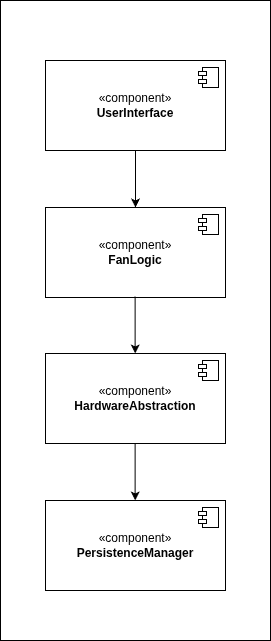
Before: ressources/Architektur_1.png, a diagram exported from draw.io (frogg0o0/repo-emilia-tomys-e82b-se). Source tidied: cells renumbered, new cells last; positions are measured from the earlier drawing's top-left corner, leaving out a move shared by most shapes. Its diagram source:
```xml
<mxGraphModel>
  <root>
    <mxCell id="0" />
    <mxCell id="1" parent="0" />
    <mxCell id="2" style="rounded=0;whiteSpace=wrap;html=1;fillColor=light-dark(#FFFFFF,#000000);" parent="1" vertex="1">
      <mxGeometry width="270" height="640" as="geometry" />
    </mxCell>
    <mxCell id="3" value="«component»&lt;br&gt;&lt;b&gt;UserInterface&lt;/b&gt;" style="html=1;whiteSpace=wrap;" parent="1" vertex="1">
      <mxGeometry x="45" y="60" width="180" height="90" as="geometry" />
    </mxCell>
    <mxCell id="4" style="shape=module;jettyWidth=8;jettyHeight=4;" parent="3" vertex="1">
      <mxGeometry x="1" width="20" height="20" relative="1" as="geometry">
        <mxPoint x="-27" y="7" as="offset" />
      </mxGeometry>
    </mxCell>
    <mxCell id="5" value="«component»&lt;br&gt;&lt;b&gt;FanLogic&lt;/b&gt;" style="html=1;whiteSpace=wrap;" parent="1" vertex="1">
      <mxGeometry x="45" y="207" width="180" height="90" as="geometry" />
    </mxCell>
    <mxCell id="6" style="shape=module;jettyWidth=8;jettyHeight=4;" parent="5" vertex="1">
      <mxGeometry x="1" width="20" height="20" relative="1" as="geometry">
        <mxPoint x="-27" y="7" as="offset" />
      </mxGeometry>
    </mxCell>
    <mxCell id="7" value="«component»&lt;br&gt;&lt;b&gt;HardwareAbstraction&lt;/b&gt;" style="html=1;whiteSpace=wrap;" parent="1" vertex="1">
      <mxGeometry x="45" y="353" width="180" height="90" as="geometry" />
    </mxCell>
    <mxCell id="8" style="shape=module;jettyWidth=8;jettyHeight=4;" parent="7" vertex="1">
      <mxGeometry x="1" width="20" height="20" relative="1" as="geometry">
        <mxPoint x="-27" y="7" as="offset" />
      </mxGeometry>
    </mxCell>
    <mxCell id="9" value="«component»&lt;br&gt;&lt;b&gt;PersistenceManager&lt;/b&gt;" style="html=1;whiteSpace=wrap;" parent="1" vertex="1">
      <mxGeometry x="45" y="500" width="180" height="90" as="geometry" />
    </mxCell>
    <mxCell id="10" style="shape=module;jettyWidth=8;jettyHeight=4;" parent="9" vertex="1">
      <mxGeometry x="1" width="20" height="20" relative="1" as="geometry">
        <mxPoint x="-27" y="7" as="offset" />
      </mxGeometry>
    </mxCell>
    <mxCell id="11" style="endArrow=classic;html=1;rounded=0;exitX=0.5;exitY=1;exitDx=0;exitDy=0;entryX=0.5;entryY=0;entryDx=0;entryDy=0;" parent="1" edge="1" source="3" target="5">
      <mxGeometry relative="1" as="geometry" />
    </mxCell>
    <mxCell id="12" style="endArrow=classic;html=1;rounded=0;exitX=0.5;exitY=1;exitDx=0;exitDy=0;entryX=0.5;entryY=0;entryDx=0;entryDy=0;" parent="1" edge="1">
      <mxGeometry relative="1" as="geometry">
        <mxPoint x="134.7" y="296" as="sourcePoint" />
        <mxPoint x="134.7" y="353" as="targetPoint" />
      </mxGeometry>
    </mxCell>
    <mxCell id="13" style="endArrow=classic;html=1;rounded=0;exitX=0.5;exitY=1;exitDx=0;exitDy=0;entryX=0.5;entryY=0;entryDx=0;entryDy=0;" parent="1" edge="1">
      <mxGeometry relative="1" as="geometry">
        <mxPoint x="134.7" y="443" as="sourcePoint" />
        <mxPoint x="134.7" y="500" as="targetPoint" />
      </mxGeometry>
    </mxCell>
  </root>
</mxGraphModel>
```
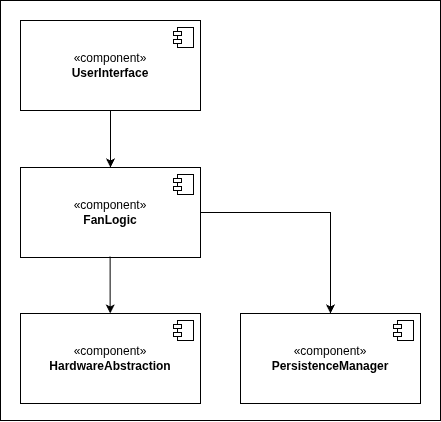
After the change.

The edit, as a diff of the source:
```diff
@@ -3,7 +3,7 @@
     <mxCell id="0" />
     <mxCell id="1" parent="0" />
     <mxCell id="2" style="rounded=0;whiteSpace=wrap;html=1;fillColor=light-dark(#FFFFFF,#000000);" parent="1" vertex="1">
-      <mxGeometry width="270" height="640" as="geometry" />
+      <mxGeometry x="25" y="40" width="440" height="420" as="geometry" />
     </mxCell>
     <mxCell id="3" value="«component»&lt;br&gt;&lt;b&gt;UserInterface&lt;/b&gt;" style="html=1;whiteSpace=wrap;" parent="1" vertex="1">
       <mxGeometry x="45" y="60" width="180" height="90" as="geometry" />
@@ -30,7 +30,7 @@
       </mxGeometry>
     </mxCell>
     <mxCell id="9" value="«component»&lt;br&gt;&lt;b&gt;PersistenceManager&lt;/b&gt;" style="html=1;whiteSpace=wrap;" parent="1" vertex="1">
-      <mxGeometry x="45" y="500" width="180" height="90" as="geometry" />
+      <mxGeometry x="265" y="353" width="180" height="90" as="geometry" />
     </mxCell>
     <mxCell id="10" style="shape=module;jettyWidth=8;jettyHeight=4;" parent="9" vertex="1">
       <mxGeometry x="1" width="20" height="20" relative="1" as="geometry">
@@ -46,10 +46,11 @@
         <mxPoint x="134.7" y="353" as="targetPoint" />
       </mxGeometry>
     </mxCell>
-    <mxCell id="13" style="endArrow=classic;html=1;rounded=0;exitX=0.5;exitY=1;exitDx=0;exitDy=0;entryX=0.5;entryY=0;entryDx=0;entryDy=0;" parent="1" edge="1">
+    <mxCell id="13" style="endArrow=classic;html=1;rounded=0;entryX=0.5;entryY=0;entryDx=0;entryDy=0;exitX=1;exitY=0.5;exitDx=0;exitDy=0;" parent="1" edge="1" source="5" target="9">
       <mxGeometry relative="1" as="geometry">
-        <mxPoint x="134.7" y="443" as="sourcePoint" />
-        <mxPoint x="134.7" y="500" as="targetPoint" />
+        <Array as="points">
+          <mxPoint x="355" y="252" />
+        </Array>
       </mxGeometry>
     </mxCell>
   </root>
```
